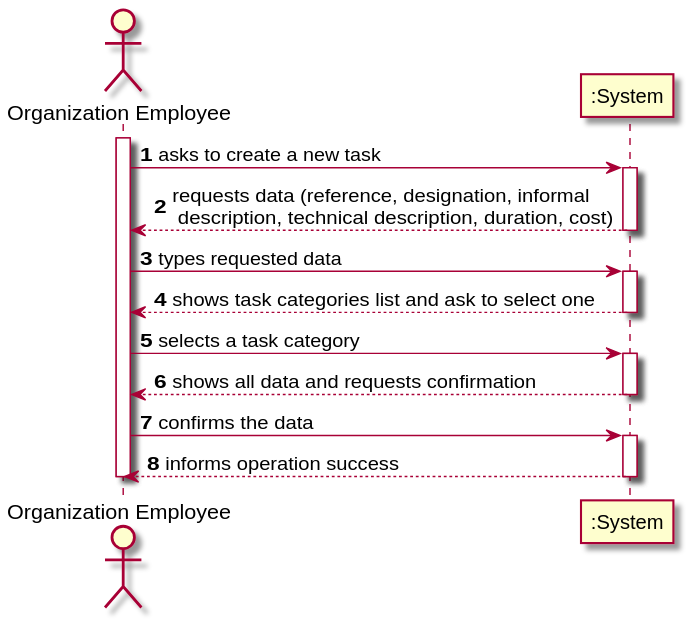
Pirussa/lei-22-s2-1da-g02 keeps this PlantUML diagram as docs/SprintC/US005/US005_SSD.svg. Above is the earlier version.
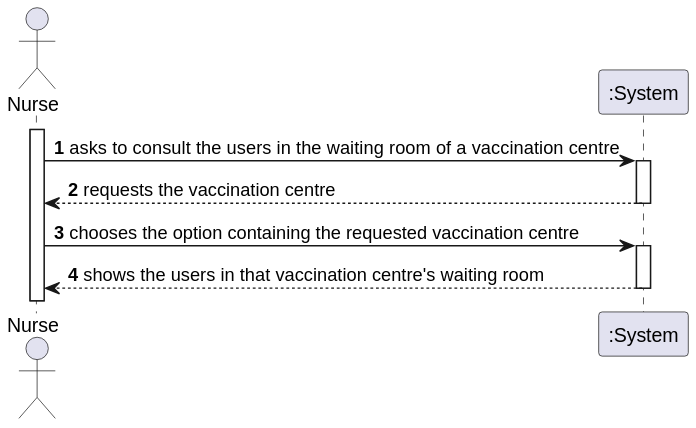
After the commit.

Diff of the diagram source:
```diff
@@ -1,28 +1,16 @@
 @startuml
 autonumber
-actor "Organization Employee" as OE
+actor "Nurse" as N
 
-activate OE
-OE -> ":System" : asks to create a new task
+activate N
+N -> ":System" : asks to consult the users in the waiting room of a vaccination centre
 activate ":System"
-":System" --> OE : requests data (reference, designation,  informal \n description, technical description, duration, cost)
+":System" --> N : requests the vaccination centre
 deactivate ":System"
 
-OE -> ":System" : types requested data
+N -> ":System" : chooses the option containing the requested vaccination centre
 activate ":System"
-":System" --> OE : shows task categories list and ask to select one
+":System" --> N : shows the users in that vaccination centre's waiting room
 deactivate ":System"
 
-OE -> ":System" : selects a task category
-activate ":System"
-":System" --> OE : shows all data and requests confirmation
-deactivate ":System"
-
-OE -> ":System" : confirms the data
-activate ":System"
-":System" --> OE : informs operation success
-deactivate ":System"
-
-deactivate OE
-
 @enduml
```
